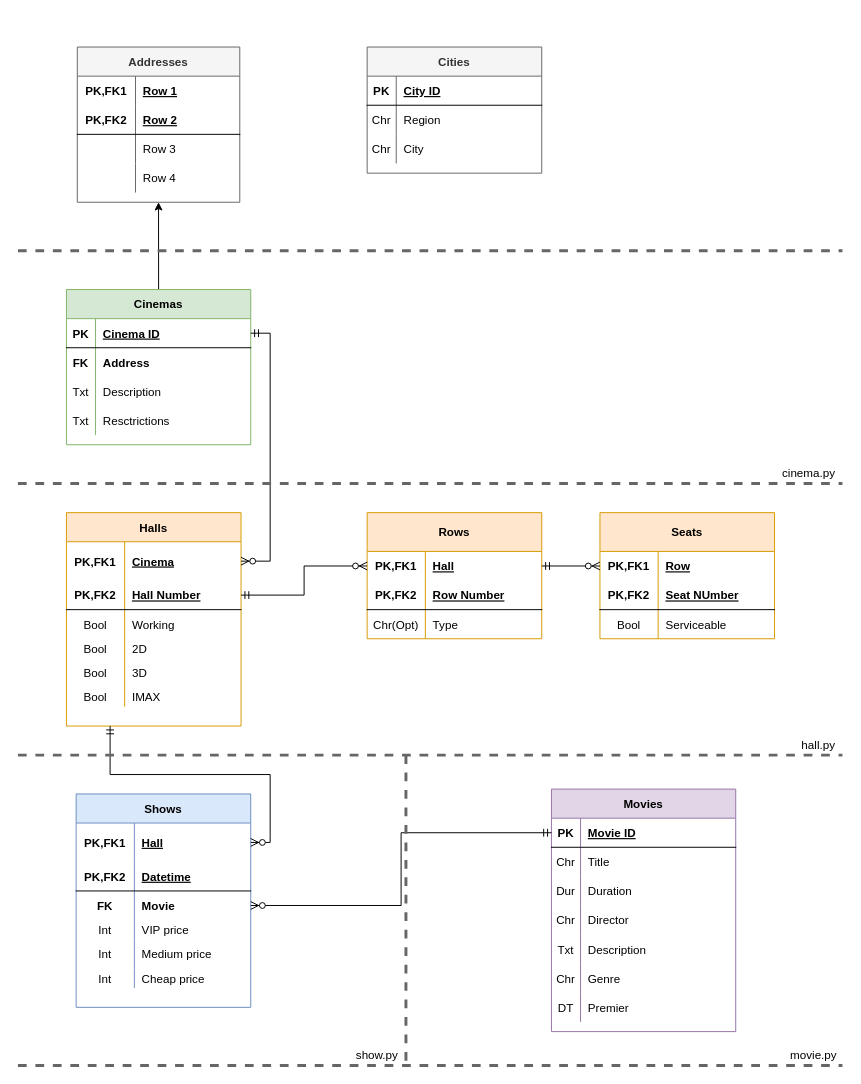
This is description/db.drawio from pointuseless/kinocms, a draw.io file, before an edit. Source tidied: cells renumbered, new cells numbered last; positions are measured from the earlier drawing's top-left corner, leaving out a move shared by most shapes. Both pictures are drawn from the tidied source at 97%, with x=0, y=0 at pixel (17, 47).
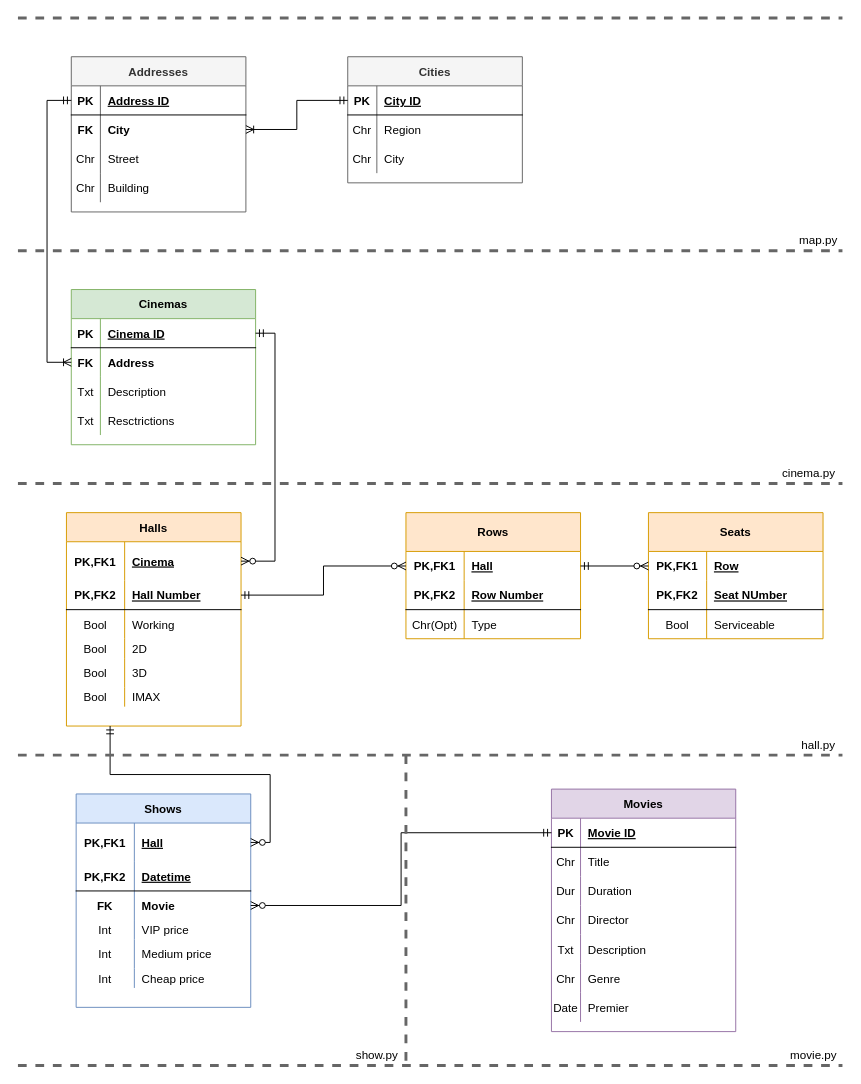
The same diagram, later.

Unchanged cells that the change refers to:
```xml
<mxCell id="59" style="shape=partialRectangle;fillColor=none;top=0;left=0;bottom=0;right=0;" parent="40" vertex="1">
  <mxGeometry y="210" width="190" height="30" as="geometry" />
</mxCell>
<mxCell id="91" style="shape=partialRectangle;fillColor=none;top=0;left=0;bottom=0;right=0;points=[[0,0.5],[1,0.5]];portConstraint=eastwest;" parent="87" vertex="1">
  <mxGeometry y="60" width="190" height="30" as="geometry" />
</mxCell>
<mxCell id="119" style="shape=partialRectangle;fillColor=none;top=0;left=0;bottom=1;right=0;points=[[0,0.5],[1,0.5]];portConstraint=eastwest;" parent="118" vertex="1">
  <mxGeometry y="30" width="180" height="30" as="geometry" />
</mxCell>
```

What changed in the source:
```diff
@@
-    <mxCell id="60" value="DT" style="shape=partialRectangle;fillColor=none;top=0;left=0;bottom=0;right=0;overflow=hidden;" parent="59" vertex="1">
+    <mxCell id="60" value="Date" style="shape=partialRectangle;fillColor=none;top=0;left=0;bottom=0;right=0;overflow=hidden;" parent="59" vertex="1">
       <mxGeometry width="30" height="30" as="geometry" />
     </mxCell>
@@
     <mxCell id="64" value="Rows" style="shape=table;startSize=40;childLayout=tableLayout;rowLines=0;fontStyle=1;align=center;fillColor=#ffe6cc;strokeColor=#d79b00;swimlaneFillColor=#ffffff;" parent="1" vertex="1">
-      <mxGeometry x="360" y="480" width="180" height="130" as="geometry" />
+      <mxGeometry x="400" y="480" width="180" height="130" as="geometry" />
     </mxCell>
@@
     <mxCell id="75" value="Seats" style="shape=table;startSize=40;childLayout=tableLayout;rowLines=0;fontStyle=1;align=center;fillColor=#ffe6cc;strokeColor=#d79b00;swimlaneFillColor=#ffffff;" parent="1" vertex="1">
-      <mxGeometry x="600" y="480" width="180" height="130" as="geometry" />
+      <mxGeometry x="650" y="480" width="180" height="130" as="geometry" />
     </mxCell>
@@
-    <mxCell id="86" style="edgeStyle=orthogonalEdgeStyle;rounded=0;jettySize=auto;html=1;exitX=0.5;exitY=0;exitDx=0;exitDy=0;entryX=0.5;entryY=1;entryDx=0;entryDy=0;strokeWidth=1;" parent="1" edge="1" source="87" target="104">
-      <mxGeometry relative="1" as="geometry" />
-    </mxCell>
     <mxCell id="87" value="Cinemas" style="shape=table;startSize=30;childLayout=tableLayout;rowLines=0;fontStyle=1;align=center;fillColor=#d5e8d4;strokeColor=#82b366;swimlaneFillColor=#ffffff;" parent="1" vertex="1">
-      <mxGeometry x="50" y="250" width="190" height="160" as="geometry" />
+      <mxGeometry x="55" y="250" width="190" height="160" as="geometry" />
     </mxCell>
@@
-    <mxCell id="104" value="Addresses" style="shape=table;startSize=30;childLayout=tableLayout;rowLines=0;fontStyle=1;align=center;fillColor=#f5f5f5;strokeColor=#666666;fontColor=#333333;swimlaneFillColor=#ffffff;" parent="1" vertex="1">
-      <mxGeometry x="61.2" width="167.5" height="160" as="geometry" />
-    </mxCell>
-    <mxCell id="105" style="shape=partialRectangle;fillColor=none;top=0;left=0;bottom=0;right=0;" parent="104" vertex="1">
-      <mxGeometry y="30" width="167.5" height="30" as="geometry" />
-    </mxCell>
-    <mxCell id="106" value="PK,FK1" style="shape=partialRectangle;fillColor=none;top=0;left=0;bottom=0;right=0;fontStyle=1;overflow=hidden;" parent="105" vertex="1">
-      <mxGeometry width="60" height="30" as="geometry" />
-    </mxCell>
-    <mxCell id="107" value="Row 1" style="shape=partialRectangle;fillColor=none;top=0;left=0;bottom=0;right=0;align=left;spacingLeft=6;fontStyle=5;overflow=hidden;" parent="105" vertex="1">
-      <mxGeometry x="60" width="107.5" height="30" as="geometry" />
-    </mxCell>
-    <mxCell id="108" style="shape=partialRectangle;fillColor=none;top=0;left=0;bottom=1;right=0;" parent="104" vertex="1">
-      <mxGeometry y="60" width="167.5" height="30" as="geometry" />
-    </mxCell>
-    <mxCell id="109" value="PK,FK2" style="shape=partialRectangle;fillColor=none;top=0;left=0;bottom=0;right=0;fontStyle=1;overflow=hidden;" parent="108" vertex="1">
-      <mxGeometry width="60" height="30" as="geometry" />
-    </mxCell>
-    <mxCell id="110" value="Row 2" style="shape=partialRectangle;fillColor=none;top=0;left=0;bottom=0;right=0;align=left;spacingLeft=6;fontStyle=5;overflow=hidden;" parent="108" vertex="1">
-      <mxGeometry x="60" width="107.5" height="30" as="geometry" />
-    </mxCell>
-    <mxCell id="111" style="shape=partialRectangle;fillColor=none;top=0;left=0;bottom=0;right=0;" parent="104" vertex="1">
-      <mxGeometry y="90" width="167.5" height="30" as="geometry" />
-    </mxCell>
-    <mxCell id="112" style="shape=partialRectangle;fillColor=none;top=0;left=0;bottom=0;right=0;overflow=hidden;" parent="111" vertex="1">
-      <mxGeometry width="60" height="30" as="geometry" />
-    </mxCell>
-    <mxCell id="113" value="Row 3" style="shape=partialRectangle;fillColor=none;top=0;left=0;bottom=0;right=0;align=left;spacingLeft=6;overflow=hidden;" parent="111" vertex="1">
-      <mxGeometry x="60" width="107.5" height="30" as="geometry" />
-    </mxCell>
-    <mxCell id="114" style="shape=partialRectangle;fillColor=none;top=0;left=0;bottom=0;right=0;" parent="104" vertex="1">
-      <mxGeometry y="120" width="167.5" height="30" as="geometry" />
-    </mxCell>
-    <mxCell id="115" style="shape=partialRectangle;fillColor=none;top=0;left=0;bottom=0;right=0;overflow=hidden;" parent="114" vertex="1">
-      <mxGeometry width="60" height="30" as="geometry" />
-    </mxCell>
-    <mxCell id="116" value="Row 4" style="shape=partialRectangle;fillColor=none;top=0;left=0;bottom=0;right=0;align=left;spacingLeft=6;overflow=hidden;" parent="114" vertex="1">
-      <mxGeometry x="60" width="107.5" height="30" as="geometry" />
-    </mxCell>
@@
     <mxCell id="118" value="Cities" style="shape=table;startSize=30;childLayout=tableLayout;rowLines=0;fontStyle=1;align=center;fillColor=#f5f5f5;strokeColor=#666666;fontColor=#333333;swimlaneFillColor=#ffffff;" parent="1" vertex="1">
-      <mxGeometry x="360" width="180" height="130" as="geometry" />
+      <mxGeometry x="340" y="10" width="180" height="130" as="geometry" />
     </mxCell>
@@
+    <mxCell id="104" value="Addresses" style="shape=table;startSize=30;childLayout=tableLayout;rowLines=0;fontStyle=1;align=center;fillColor=#f5f5f5;strokeColor=#666666;fontColor=#333333;swimlaneFillColor=#ffffff;" parent="1" vertex="1">
+      <mxGeometry x="55" y="10" width="180" height="160" as="geometry" />
+    </mxCell>
+    <mxCell id="133" style="shape=partialRectangle;fillColor=none;top=0;left=0;bottom=1;right=0;points=[[0,0.5],[1,0.5]];portConstraint=eastwest;" parent="104" vertex="1">
+      <mxGeometry y="30" width="180" height="30" as="geometry" />
+    </mxCell>
+    <mxCell id="134" value="PK" style="shape=partialRectangle;fillColor=none;top=0;left=0;bottom=0;right=0;fontStyle=1;overflow=hidden;" parent="133" vertex="1">
+      <mxGeometry width="30" height="30" as="geometry" />
+    </mxCell>
+    <mxCell id="135" value="Address ID" style="shape=partialRectangle;fillColor=none;top=0;left=0;bottom=0;right=0;align=left;spacingLeft=6;fontStyle=5;overflow=hidden;" parent="133" vertex="1">
+      <mxGeometry x="30" width="150" height="30" as="geometry" />
+    </mxCell>
+    <mxCell id="136" style="shape=partialRectangle;fillColor=none;top=0;left=0;bottom=0;right=0;points=[[0,0.5],[1,0.5]];portConstraint=eastwest;" parent="104" vertex="1">
+      <mxGeometry y="60" width="180" height="30" as="geometry" />
+    </mxCell>
+    <mxCell id="137" value="FK" style="shape=partialRectangle;fillColor=none;top=0;left=0;bottom=0;right=0;fontStyle=1;overflow=hidden;" parent="136" vertex="1">
+      <mxGeometry width="30" height="30" as="geometry" />
+    </mxCell>
+    <mxCell id="138" value="City" style="shape=partialRectangle;fillColor=none;top=0;left=0;bottom=0;right=0;align=left;spacingLeft=6;fontStyle=1;overflow=hidden;" parent="136" vertex="1">
+      <mxGeometry x="30" width="150" height="30" as="geometry" />
+    </mxCell>
+    <mxCell id="139" style="shape=partialRectangle;fillColor=none;top=0;left=0;bottom=0;right=0;" parent="104" vertex="1">
+      <mxGeometry y="90" width="180" height="30" as="geometry" />
+    </mxCell>
+    <mxCell id="140" value="Chr" style="shape=partialRectangle;fillColor=none;top=0;left=0;bottom=0;right=0;overflow=hidden;" parent="139" vertex="1">
+      <mxGeometry width="30" height="30" as="geometry" />
+    </mxCell>
+    <mxCell id="141" value="Street" style="shape=partialRectangle;fillColor=none;top=0;left=0;bottom=0;right=0;align=left;spacingLeft=6;overflow=hidden;" parent="139" vertex="1">
+      <mxGeometry x="30" width="150" height="30" as="geometry" />
+    </mxCell>
+    <mxCell id="142" style="shape=partialRectangle;fillColor=none;top=0;left=0;bottom=0;right=0;" parent="104" vertex="1">
+      <mxGeometry y="120" width="180" height="30" as="geometry" />
+    </mxCell>
+    <mxCell id="143" value="Chr" style="shape=partialRectangle;fillColor=none;top=0;left=0;bottom=0;right=0;overflow=hidden;" parent="142" vertex="1">
+      <mxGeometry width="30" height="30" as="geometry" />
+    </mxCell>
+    <mxCell id="144" value="Building" style="shape=partialRectangle;fillColor=none;top=0;left=0;bottom=0;right=0;align=left;spacingLeft=6;overflow=hidden;" parent="142" vertex="1">
+      <mxGeometry x="30" width="150" height="30" as="geometry" />
+    </mxCell>
+    <mxCell id="145" value="map.py" style="text;html=1;align=center;verticalAlign=middle;" parent="1" vertex="1">
+      <mxGeometry x="800" y="190" width="50" height="20" as="geometry" />
+    </mxCell>
+    <mxCell id="146" style="edgeStyle=orthogonalEdgeStyle;rounded=0;jettySize=auto;html=1;exitX=1;exitY=0.5;exitDx=0;exitDy=0;entryX=0;entryY=0.5;entryDx=0;entryDy=0;strokeWidth=1;endArrow=ERmandOne;endFill=0;startArrow=ERoneToMany;startFill=0;" parent="1" edge="1" source="136" target="119">
+      <mxGeometry relative="1" as="geometry" />
+    </mxCell>
+    <mxCell id="147" style="edgeStyle=orthogonalEdgeStyle;rounded=0;jettySize=auto;html=1;exitX=0;exitY=0.5;exitDx=0;exitDy=0;entryX=0;entryY=0.5;entryDx=0;entryDy=0;startArrow=ERoneToMany;startFill=0;endArrow=ERmandOne;endFill=0;strokeWidth=1;" parent="1" edge="1" source="91" target="133">
+      <mxGeometry relative="1" as="geometry">
+        <Array as="points">
+          <mxPoint x="30" y="325" />
+          <mxPoint x="30" y="55" />
+        </Array>
+      </mxGeometry>
+    </mxCell>
+    <mxCell id="148" style="endArrow=none;dashed=1;html=1;fontColor=#FF9933;fillColor=#f5f5f5;strokeColor=#666666;strokeWidth=3;" parent="1" edge="1">
+      <mxGeometry relative="1" as="geometry">
+        <mxPoint y="-30" as="sourcePoint" />
+        <mxPoint x="850" y="-30" as="targetPoint" />
+      </mxGeometry>
+    </mxCell>
```
